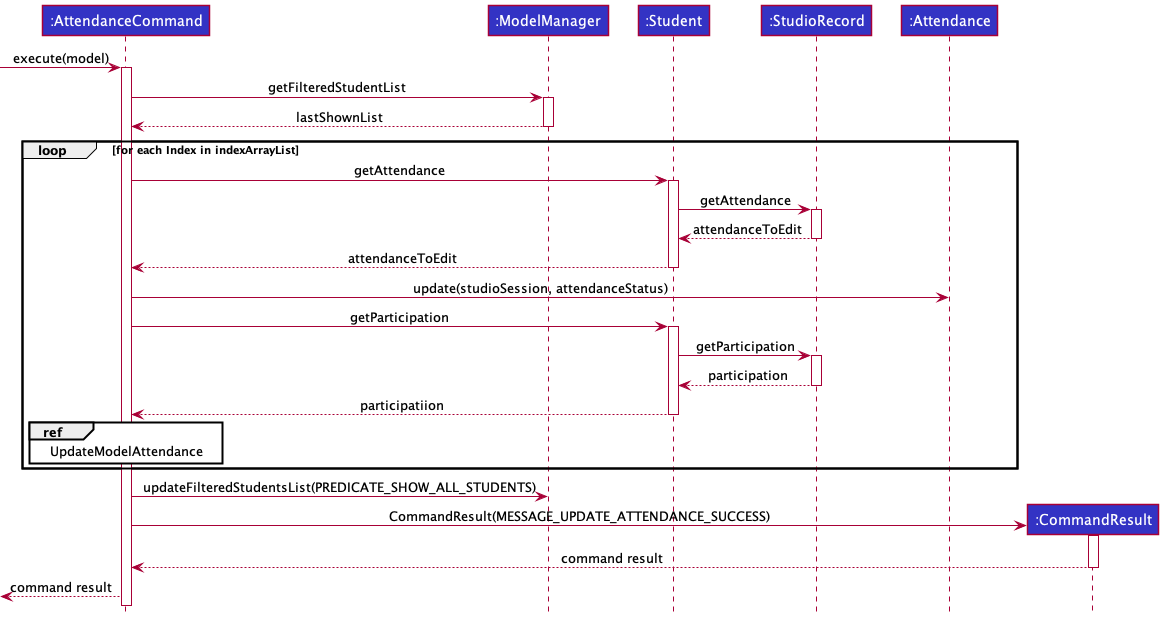
Before: docs/images/logic/commands/attendancecommand/AttendanceCommandSequenceDiagram.png, a diagram exported from PlantUML (nus-cs2103-AY2122S1/tp).
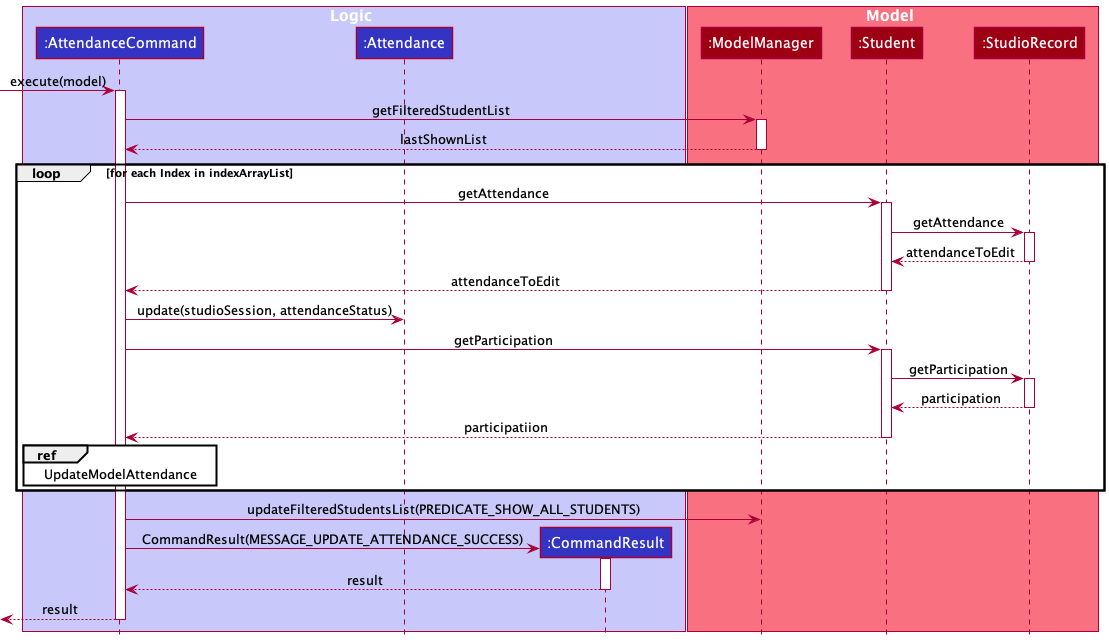
Above is the later version.

Commit message:
Update Sequence Diagrams for both Attendance and Participation

Change to the diagram source:
```diff
@@ -1,12 +1,17 @@
 @startuml
 !include ../../../style.puml
 
+box Logic LOGIC_COLOR_T1
 Participant ":AttendanceCommand" as ac LOGIC_COLOR
-Participant ":ModelManager" as mm LOGIC_COLOR
-Participant ":Student" as st LOGIC_COLOR
-Participant ":StudioRecord" as sr LOGIC_COLOR
 Participant ":Attendance" as at LOGIC_COLOR
 Participant ":CommandResult" as cr LOGIC_COLOR
+end box
+
+box Model MODEL_COLOR_T1
+Participant ":ModelManager" as mm MODEL_COLOR
+Participant ":Student" as st MODEL_COLOR
+Participant ":StudioRecord" as sr MODEL_COLOR
+end box
 
 [-> ac : execute(model)
 activate ac
@@ -33,7 +38,7 @@
 
 create cr
 ac -> cr ++ : CommandResult(MESSAGE_UPDATE_ATTENDANCE_SUCCESS)
-cr --> ac -- : command result
-<-- ac : command result
+cr --> ac -- : result
+<-- ac -- : result
 
 @enduml
```
